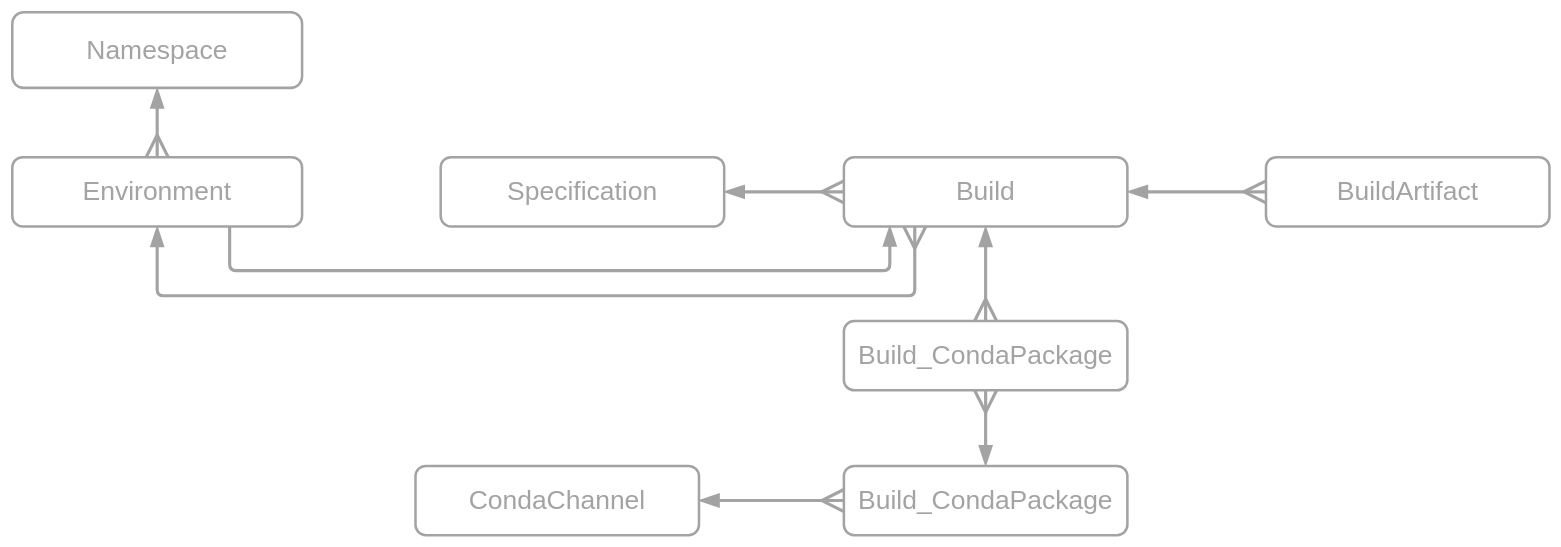
Before: docs/diagrams_sources/conda-store-database-architecture.drawio in conda-incubator/conda-store, a draw.io diagram. Source tidied: cells renumbered, new cells numbered last; positions are measured from the earlier drawing's top-left corner, leaving out a move shared by most shapes. Both pictures are drawn from the tidied source at 63%, with x=0, y=0 at pixel (12, 12).
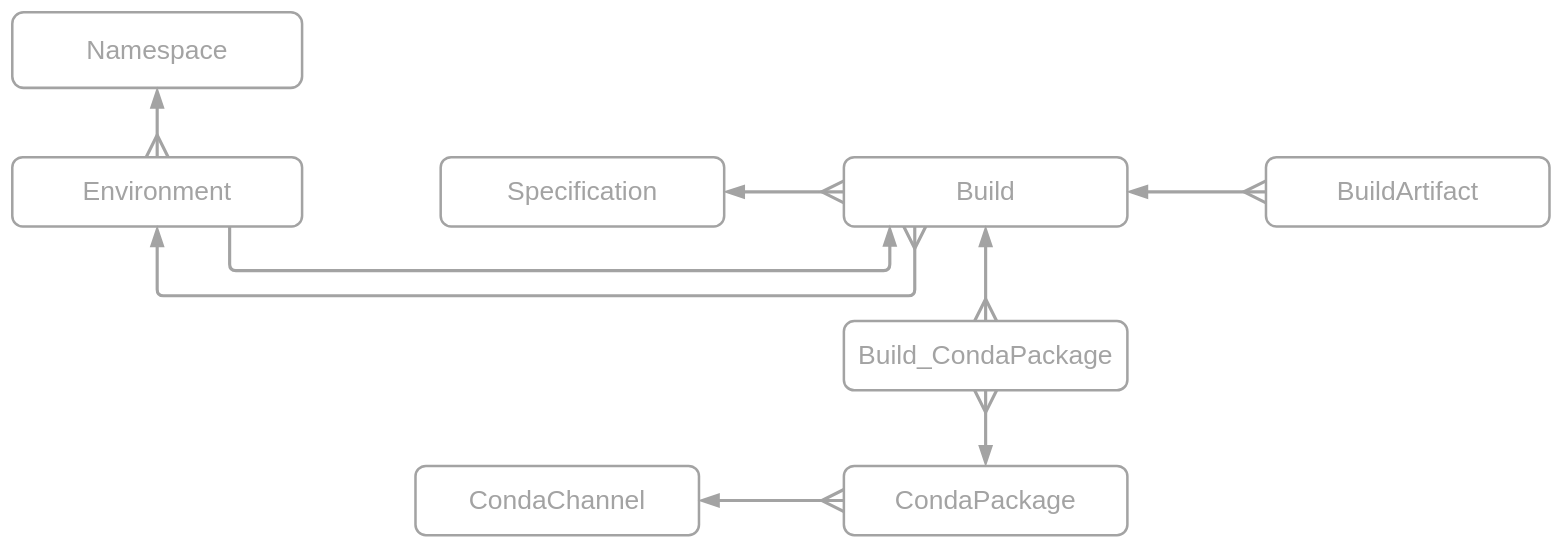
The same page after the edit.

Diff of the diagram source:
```diff
@@
-    <mxCell id="10" value="&lt;font style=&quot;font-size: 42px;&quot;&gt;Build_CondaPackage&lt;/font&gt;" style="rounded=1;whiteSpace=wrap;html=1;strokeColor=#A3A3A3;fontSize=42;labelBackgroundColor=none;fillColor=none;strokeWidth=4;fontColor=#A3A3A3;verticalAlign=middle;" parent="1" vertex="1">
+    <mxCell id="10" value="&lt;font style=&quot;font-size: 42px;&quot;&gt;CondaPackage&lt;/font&gt;" style="rounded=1;whiteSpace=wrap;html=1;strokeColor=#A3A3A3;fontSize=42;labelBackgroundColor=none;fillColor=none;strokeWidth=4;fontColor=#A3A3A3;verticalAlign=middle;" parent="1" vertex="1">
       <mxGeometry x="1320" y="720" width="450" height="110" as="geometry" />
     </mxCell>
```
